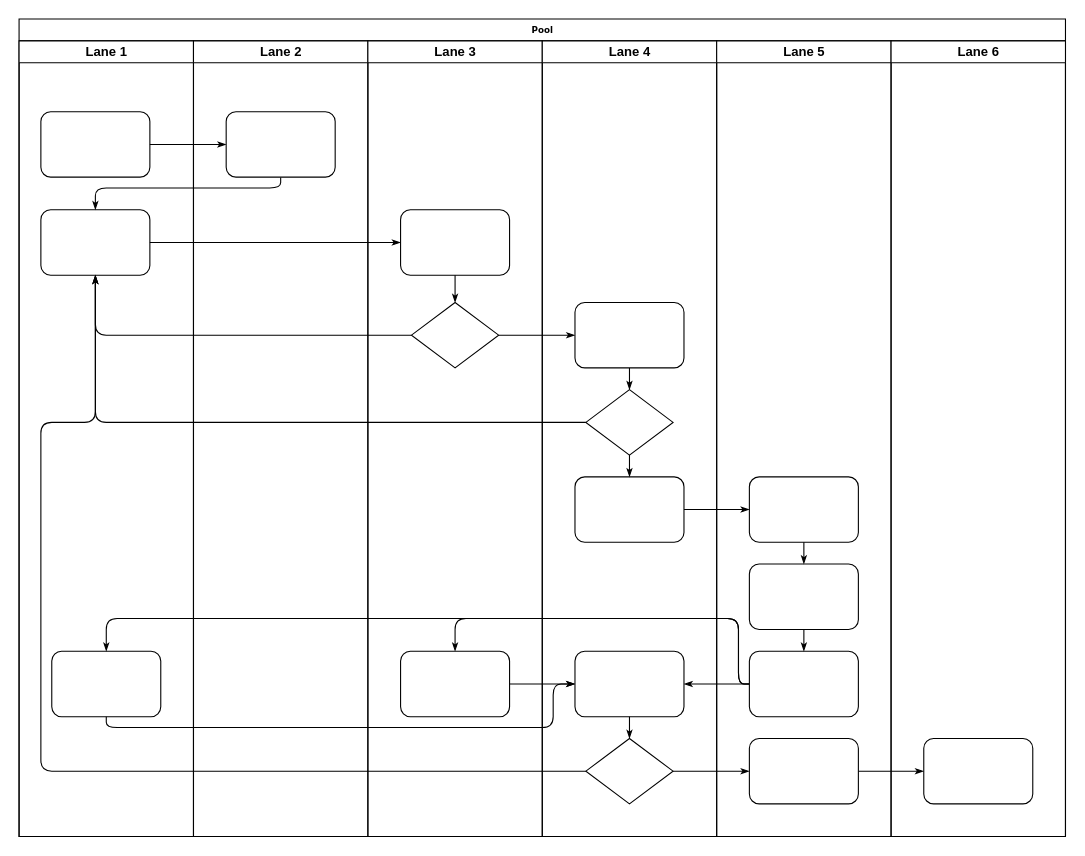
The draw.io diagram save_file.drawio in soda1/draw, before the edit. Source tidied: cells renumbered, new cells numbered last; positions are measured from the earlier drawing's top-left corner, leaving out a move shared by most shapes. Both pictures are drawn from the tidied source at 109%, with x=0, y=0 at pixel (19, 19).
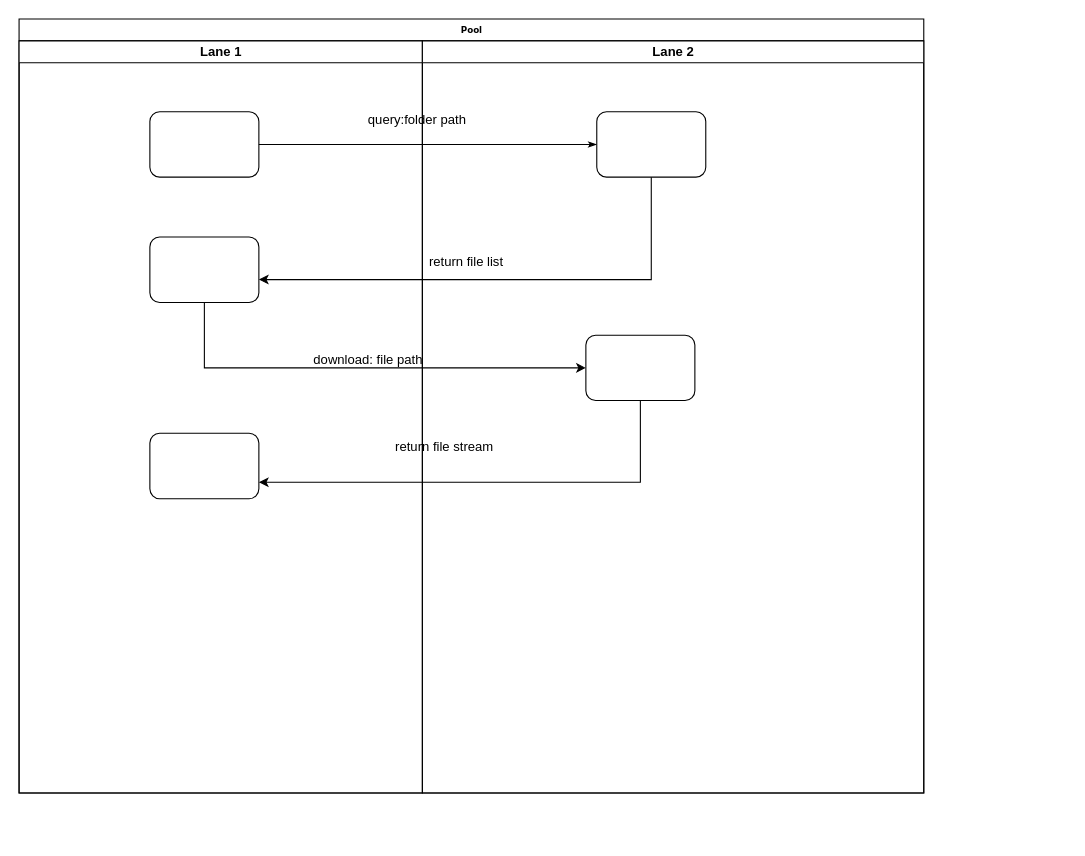
The same diagram, later.

Change to the diagram source:
```diff
@@
     <mxCell id="2" value="Pool" style="swimlane;html=1;startSize=20;rounded=0;shadow=0;labelBackgroundColor=none;strokeWidth=1;fontFamily=Verdana;fontSize=8;align=center;" parent="1" vertex="1">
-      <mxGeometry width="960" height="750" as="geometry" />
+      <mxGeometry width="830" height="710" as="geometry" />
     </mxCell>
     <mxCell id="3" value="Lane 1" style="swimlane;html=1;startSize=20;" parent="2" vertex="1">
-      <mxGeometry y="20" width="160" height="730" as="geometry" />
+      <mxGeometry y="20" width="370" height="690" as="geometry" />
     </mxCell>
     <mxCell id="4" style="rounded=1;whiteSpace=wrap;html=1;shadow=0;labelBackgroundColor=none;strokeWidth=1;fontFamily=Verdana;fontSize=8;align=center;" parent="3" vertex="1">
-      <mxGeometry x="20" y="65" width="100" height="60" as="geometry" />
+      <mxGeometry x="120" y="65" width="100" height="60" as="geometry" />
     </mxCell>
     <mxCell id="5" style="rounded=1;whiteSpace=wrap;html=1;shadow=0;labelBackgroundColor=none;strokeWidth=1;fontFamily=Verdana;fontSize=8;align=center;" parent="3" vertex="1">
-      <mxGeometry x="20" y="155" width="100" height="60" as="geometry" />
+      <mxGeometry x="120" y="180" width="100" height="60" as="geometry" />
     </mxCell>
-    <mxCell id="6" style="rounded=1;whiteSpace=wrap;html=1;shadow=0;labelBackgroundColor=none;strokeWidth=1;fontFamily=Verdana;fontSize=8;align=center;" parent="3" vertex="1">
-      <mxGeometry x="30" y="560" width="100" height="60" as="geometry" />
-    </mxCell>
+    <mxCell id="47" style="rounded=1;whiteSpace=wrap;html=1;shadow=0;labelBackgroundColor=none;strokeWidth=1;fontFamily=Verdana;fontSize=8;align=center;" parent="3" vertex="1">
+      <mxGeometry x="120" y="360" width="100" height="60" as="geometry" />
+    </mxCell>
@@
-    <mxCell id="8" style="edgeStyle=orthogonalEdgeStyle;rounded=1;html=1;labelBackgroundColor=none;startArrow=none;startFill=0;startSize=5;endArrow=classicThin;endFill=1;endSize=5;jettySize=auto;strokeWidth=1;fontFamily=Verdana;fontSize=8;" parent="2" edge="1" source="23" target="5">
-      <mxGeometry relative="1" as="geometry">
-        <Array as="points">
-          <mxPoint x="240" y="155" />
-          <mxPoint x="70" y="155" />
-        </Array>
-      </mxGeometry>
-    </mxCell>
-    <mxCell id="9" style="edgeStyle=orthogonalEdgeStyle;rounded=1;html=1;labelBackgroundColor=none;startArrow=none;startFill=0;startSize=5;endArrow=classicThin;endFill=1;endSize=5;jettySize=auto;strokeWidth=1;fontFamily=Verdana;fontSize=8;" parent="2" edge="1" source="5" target="25">
-      <mxGeometry relative="1" as="geometry" />
-    </mxCell>
-    <mxCell id="10" style="edgeStyle=orthogonalEdgeStyle;rounded=1;html=1;labelBackgroundColor=none;startArrow=none;startFill=0;startSize=5;endArrow=classicThin;endFill=1;endSize=5;jettySize=auto;strokeWidth=1;fontFamily=Verdana;fontSize=8;" parent="2" edge="1" source="26" target="5">
-      <mxGeometry relative="1" as="geometry" />
-    </mxCell>
-    <mxCell id="11" style="edgeStyle=orthogonalEdgeStyle;rounded=1;html=1;labelBackgroundColor=none;startArrow=none;startFill=0;startSize=5;endArrow=classicThin;endFill=1;endSize=5;jettySize=auto;strokeWidth=1;fontFamily=Verdana;fontSize=8;" parent="2" edge="1" source="31" target="5">
-      <mxGeometry relative="1" as="geometry" />
-    </mxCell>
-    <mxCell id="12" style="edgeStyle=orthogonalEdgeStyle;rounded=1;html=1;labelBackgroundColor=none;startArrow=none;startFill=0;startSize=5;endArrow=classicThin;endFill=1;endSize=5;jettySize=auto;strokeWidth=1;fontFamily=Verdana;fontSize=8;" parent="2" edge="1" source="34" target="5">
-      <mxGeometry relative="1" as="geometry">
-        <Array as="points">
-          <mxPoint x="20" y="690" />
-          <mxPoint x="20" y="370" />
-          <mxPoint x="70" y="370" />
-        </Array>
-      </mxGeometry>
-    </mxCell>
-    <mxCell id="13" style="edgeStyle=orthogonalEdgeStyle;rounded=1;html=1;labelBackgroundColor=none;startArrow=none;startFill=0;startSize=5;endArrow=classicThin;endFill=1;endSize=5;jettySize=auto;strokeWidth=1;fontFamily=Verdana;fontSize=8;" parent="2" edge="1" source="26" target="30">
-      <mxGeometry relative="1" as="geometry" />
-    </mxCell>
-    <mxCell id="14" style="edgeStyle=orthogonalEdgeStyle;rounded=1;html=1;labelBackgroundColor=none;startArrow=none;startFill=0;startSize=5;endArrow=classicThin;endFill=1;endSize=5;jettySize=auto;strokeWidth=1;fontFamily=Verdana;fontSize=8;" parent="2" edge="1" source="34" target="42">
-      <mxGeometry relative="1" as="geometry" />
-    </mxCell>
-    <mxCell id="15" style="edgeStyle=orthogonalEdgeStyle;rounded=1;html=1;labelBackgroundColor=none;startArrow=none;startFill=0;startSize=5;endArrow=classicThin;endFill=1;endSize=5;jettySize=auto;strokeWidth=1;fontFamily=Verdana;fontSize=8;" parent="2" edge="1" source="42" target="46">
-      <mxGeometry relative="1" as="geometry" />
-    </mxCell>
-    <mxCell id="16" style="edgeStyle=orthogonalEdgeStyle;rounded=1;html=1;labelBackgroundColor=none;startArrow=none;startFill=0;startSize=5;endArrow=classicThin;endFill=1;endSize=5;jettySize=auto;strokeWidth=1;fontFamily=Verdana;fontSize=8;" parent="2" edge="1" source="32" target="39">
-      <mxGeometry relative="1" as="geometry" />
-    </mxCell>
-    <mxCell id="17" style="edgeStyle=orthogonalEdgeStyle;rounded=1;html=1;labelBackgroundColor=none;startArrow=none;startFill=0;startSize=5;endArrow=classicThin;endFill=1;endSize=5;jettySize=auto;strokeWidth=1;fontFamily=Verdana;fontSize=8;" parent="2" edge="1" source="41" target="27">
-      <mxGeometry relative="1" as="geometry">
-        <Array as="points">
-          <mxPoint x="660" y="610" />
-          <mxPoint x="660" y="550" />
-          <mxPoint x="400" y="550" />
-        </Array>
-      </mxGeometry>
-    </mxCell>
-    <mxCell id="18" style="edgeStyle=orthogonalEdgeStyle;rounded=1;html=1;labelBackgroundColor=none;startArrow=none;startFill=0;startSize=5;endArrow=classicThin;endFill=1;endSize=5;jettySize=auto;strokeColor=#000000;strokeWidth=1;fontFamily=Verdana;fontSize=8;fontColor=#000000;" parent="2" edge="1" source="41" target="33">
-      <mxGeometry relative="1" as="geometry" />
-    </mxCell>
-    <mxCell id="19" style="edgeStyle=orthogonalEdgeStyle;rounded=1;html=1;labelBackgroundColor=none;startArrow=none;startFill=0;startSize=5;endArrow=classicThin;endFill=1;endSize=5;jettySize=auto;strokeWidth=1;fontFamily=Verdana;fontSize=8;" parent="2" edge="1" source="41" target="6">
-      <mxGeometry relative="1" as="geometry">
-        <Array as="points">
-          <mxPoint x="660" y="610" />
-          <mxPoint x="660" y="550" />
-          <mxPoint x="80" y="550" />
-        </Array>
-      </mxGeometry>
-    </mxCell>
-    <mxCell id="20" style="edgeStyle=orthogonalEdgeStyle;rounded=1;html=1;labelBackgroundColor=none;startArrow=none;startFill=0;startSize=5;endArrow=classicThin;endFill=1;endSize=5;jettySize=auto;strokeWidth=1;fontFamily=Verdana;fontSize=8;" parent="2" edge="1" source="6" target="33">
-      <mxGeometry relative="1" as="geometry">
-        <Array as="points">
-          <mxPoint x="80" y="650" />
-          <mxPoint x="490" y="650" />
-          <mxPoint x="490" y="610" />
-        </Array>
-      </mxGeometry>
-    </mxCell>
-    <mxCell id="21" style="edgeStyle=orthogonalEdgeStyle;rounded=1;html=1;labelBackgroundColor=none;startArrow=none;startFill=0;startSize=5;endArrow=classicThin;endFill=1;endSize=5;jettySize=auto;strokeWidth=1;fontFamily=Verdana;fontSize=8;" parent="2" edge="1" source="27" target="33">
-      <mxGeometry relative="1" as="geometry" />
-    </mxCell>
     <mxCell id="22" value="Lane 2" style="swimlane;html=1;startSize=20;" parent="2" vertex="1">
-      <mxGeometry x="160" y="20" width="160" height="730" as="geometry" />
+      <mxGeometry x="370" y="20" width="460" height="690" as="geometry" />
     </mxCell>
     <mxCell id="23" style="rounded=1;whiteSpace=wrap;html=1;shadow=0;labelBackgroundColor=none;strokeWidth=1;fontFamily=Verdana;fontSize=8;align=center;" parent="22" vertex="1">
-      <mxGeometry x="30" y="65" width="100" height="60" as="geometry" />
+      <mxGeometry x="160" y="65" width="100" height="60" as="geometry" />
     </mxCell>
-    <mxCell id="24" value="Lane 3" style="swimlane;html=1;startSize=20;" parent="2" vertex="1">
-      <mxGeometry x="320" y="20" width="160" height="730" as="geometry" />
-    </mxCell>
-    <mxCell id="25" style="rounded=1;whiteSpace=wrap;html=1;shadow=0;labelBackgroundColor=none;strokeWidth=1;fontFamily=Verdana;fontSize=8;align=center;" parent="24" vertex="1">
-      <mxGeometry x="30" y="155" width="100" height="60" as="geometry" />
-    </mxCell>
-    <mxCell id="26" style="rhombus;whiteSpace=wrap;html=1;rounded=0;shadow=0;labelBackgroundColor=none;strokeWidth=1;fontFamily=Verdana;fontSize=8;align=center;" parent="24" vertex="1">
-      <mxGeometry x="40" y="240" width="80" height="60" as="geometry" />
-    </mxCell>
-    <mxCell id="27" style="rounded=1;whiteSpace=wrap;html=1;shadow=0;labelBackgroundColor=none;strokeWidth=1;fontFamily=Verdana;fontSize=8;align=center;" parent="24" vertex="1">
-      <mxGeometry x="30" y="560" width="100" height="60" as="geometry" />
-    </mxCell>
-    <mxCell id="28" style="edgeStyle=orthogonalEdgeStyle;rounded=1;html=1;labelBackgroundColor=none;startArrow=none;startFill=0;startSize=5;endArrow=classicThin;endFill=1;endSize=5;jettySize=auto;strokeWidth=1;fontFamily=Verdana;fontSize=8;" parent="24" edge="1" source="25" target="26">
-      <mxGeometry relative="1" as="geometry" />
-    </mxCell>
-    <mxCell id="29" value="Lane 4" style="swimlane;html=1;startSize=20;" parent="2" vertex="1">
-      <mxGeometry x="480" y="20" width="160" height="730" as="geometry" />
-    </mxCell>
-    <mxCell id="30" style="rounded=1;whiteSpace=wrap;html=1;shadow=0;labelBackgroundColor=none;strokeWidth=1;fontFamily=Verdana;fontSize=8;align=center;" parent="29" vertex="1">
-      <mxGeometry x="30" y="240" width="100" height="60" as="geometry" />
-    </mxCell>
-    <mxCell id="31" style="rhombus;whiteSpace=wrap;html=1;rounded=0;shadow=0;labelBackgroundColor=none;strokeWidth=1;fontFamily=Verdana;fontSize=8;align=center;" parent="29" vertex="1">
-      <mxGeometry x="40" y="320" width="80" height="60" as="geometry" />
-    </mxCell>
-    <mxCell id="32" style="rounded=1;whiteSpace=wrap;html=1;shadow=0;labelBackgroundColor=none;strokeWidth=1;fontFamily=Verdana;fontSize=8;align=center;" parent="29" vertex="1">
-      <mxGeometry x="30" y="400" width="100" height="60" as="geometry" />
-    </mxCell>
-    <mxCell id="33" style="rounded=1;whiteSpace=wrap;html=1;shadow=0;labelBackgroundColor=none;strokeWidth=1;fontFamily=Verdana;fontSize=8;align=center;" parent="29" vertex="1">
-      <mxGeometry x="30" y="560" width="100" height="60" as="geometry" />
-    </mxCell>
-    <mxCell id="34" style="rhombus;whiteSpace=wrap;html=1;rounded=0;shadow=0;labelBackgroundColor=none;strokeWidth=1;fontFamily=Verdana;fontSize=8;align=center;" parent="29" vertex="1">
-      <mxGeometry x="40" y="640" width="80" height="60" as="geometry" />
-    </mxCell>
-    <mxCell id="35" style="edgeStyle=orthogonalEdgeStyle;rounded=1;html=1;labelBackgroundColor=none;startArrow=none;startFill=0;startSize=5;endArrow=classicThin;endFill=1;endSize=5;jettySize=auto;strokeColor=#000000;strokeWidth=1;fontFamily=Verdana;fontSize=8;fontColor=#000000;" parent="29" edge="1" source="30" target="31">
-      <mxGeometry relative="1" as="geometry" />
-    </mxCell>
-    <mxCell id="36" style="edgeStyle=orthogonalEdgeStyle;rounded=1;html=1;labelBackgroundColor=none;startArrow=none;startFill=0;startSize=5;endArrow=classicThin;endFill=1;endSize=5;jettySize=auto;strokeWidth=1;fontFamily=Verdana;fontSize=8;" parent="29" edge="1" source="31" target="32">
-      <mxGeometry relative="1" as="geometry" />
-    </mxCell>
-    <mxCell id="37" style="edgeStyle=orthogonalEdgeStyle;rounded=1;html=1;labelBackgroundColor=none;startArrow=none;startFill=0;startSize=5;endArrow=classicThin;endFill=1;endSize=5;jettySize=auto;strokeWidth=1;fontFamily=Verdana;fontSize=8;" parent="29" edge="1" source="33" target="34">
-      <mxGeometry relative="1" as="geometry" />
-    </mxCell>
-    <mxCell id="38" value="Lane 5" style="swimlane;html=1;startSize=20;" parent="2" vertex="1">
-      <mxGeometry x="640" y="20" width="160" height="730" as="geometry" />
-    </mxCell>
-    <mxCell id="39" style="rounded=1;whiteSpace=wrap;html=1;shadow=0;labelBackgroundColor=none;strokeWidth=1;fontFamily=Verdana;fontSize=8;align=center;" parent="38" vertex="1">
-      <mxGeometry x="30" y="400" width="100" height="60" as="geometry" />
-    </mxCell>
-    <mxCell id="40" style="rounded=1;whiteSpace=wrap;html=1;shadow=0;labelBackgroundColor=none;strokeWidth=1;fontFamily=Verdana;fontSize=8;align=center;" parent="38" vertex="1">
-      <mxGeometry x="30" y="480" width="100" height="60" as="geometry" />
-    </mxCell>
-    <mxCell id="41" style="rounded=1;whiteSpace=wrap;html=1;shadow=0;labelBackgroundColor=none;strokeWidth=1;fontFamily=Verdana;fontSize=8;align=center;" parent="38" vertex="1">
-      <mxGeometry x="30" y="560" width="100" height="60" as="geometry" />
-    </mxCell>
-    <mxCell id="42" style="rounded=1;whiteSpace=wrap;html=1;shadow=0;labelBackgroundColor=none;strokeWidth=1;fontFamily=Verdana;fontSize=8;align=center;" parent="38" vertex="1">
-      <mxGeometry x="30" y="640" width="100" height="60" as="geometry" />
-    </mxCell>
-    <mxCell id="43" style="edgeStyle=orthogonalEdgeStyle;rounded=1;html=1;labelBackgroundColor=none;startArrow=none;startFill=0;startSize=5;endArrow=classicThin;endFill=1;endSize=5;jettySize=auto;strokeWidth=1;fontFamily=Verdana;fontSize=8;" parent="38" edge="1" source="39" target="40">
-      <mxGeometry relative="1" as="geometry" />
-    </mxCell>
-    <mxCell id="44" style="edgeStyle=orthogonalEdgeStyle;rounded=1;html=1;labelBackgroundColor=none;startArrow=none;startFill=0;startSize=5;endArrow=classicThin;endFill=1;endSize=5;jettySize=auto;strokeWidth=1;fontFamily=Verdana;fontSize=8;" parent="38" edge="1" source="40" target="41">
-      <mxGeometry relative="1" as="geometry" />
-    </mxCell>
-    <mxCell id="45" value="Lane 6" style="swimlane;html=1;startSize=20;" parent="2" vertex="1">
-      <mxGeometry x="800" y="20" width="160" height="730" as="geometry" />
-    </mxCell>
-    <mxCell id="46" style="rounded=1;whiteSpace=wrap;html=1;shadow=0;labelBackgroundColor=none;strokeWidth=1;fontFamily=Verdana;fontSize=8;align=center;" parent="45" vertex="1">
-      <mxGeometry x="30" y="640" width="100" height="60" as="geometry" />
-    </mxCell>
+    <mxCell id="48" value="query:folder path" style="text;html=1;align=center;verticalAlign=middle;strokeColor=none;fillColor=none;" parent="22" vertex="1">
+      <mxGeometry x="-60" y="58" width="110" height="30" as="geometry" />
+    </mxCell>
+    <mxCell id="49" style="rounded=1;whiteSpace=wrap;html=1;shadow=0;labelBackgroundColor=none;strokeWidth=1;fontFamily=Verdana;fontSize=8;align=center;" parent="22" vertex="1">
+      <mxGeometry x="150" y="270" width="100" height="60" as="geometry" />
+    </mxCell>
+    <mxCell id="8" style="edgeStyle=orthogonalEdgeStyle;rounded=0;jettySize=auto;html=1;entryX=1;entryY=0.65;entryDx=0;entryDy=0;entryPerimeter=0;" parent="2" edge="1" source="23" target="5">
+      <mxGeometry relative="1" as="geometry">
+        <Array as="points">
+          <mxPoint x="580" y="239" />
+        </Array>
+      </mxGeometry>
+    </mxCell>
+    <mxCell id="50" style="edgeStyle=orthogonalEdgeStyle;rounded=0;jettySize=auto;html=1;entryX=0;entryY=0.5;entryDx=0;entryDy=0;" parent="2" edge="1" source="5" target="49">
+      <mxGeometry relative="1" as="geometry">
+        <Array as="points">
+          <mxPoint x="170" y="320" />
+        </Array>
+      </mxGeometry>
+    </mxCell>
+    <mxCell id="51" style="edgeStyle=orthogonalEdgeStyle;rounded=0;jettySize=auto;html=1;entryX=1;entryY=0.75;entryDx=0;entryDy=0;" parent="2" edge="1" source="49" target="47">
+      <mxGeometry relative="1" as="geometry">
+        <Array as="points">
+          <mxPoint x="570" y="425" />
+        </Array>
+      </mxGeometry>
+    </mxCell>
+    <mxCell id="52" value="return file list" style="text;html=1;align=center;verticalAlign=middle;strokeColor=none;fillColor=none;" parent="1" vertex="1">
+      <mxGeometry x="365" y="208" width="90" height="30" as="geometry" />
+    </mxCell>
+    <mxCell id="53" value="download: file path" style="text;html=1;align=center;verticalAlign=middle;strokeColor=none;fillColor=none;" parent="1" vertex="1">
+      <mxGeometry x="260" y="298" width="120" height="30" as="geometry" />
+    </mxCell>
+    <mxCell id="54" value="return file stream" style="text;html=1;align=center;verticalAlign=middle;strokeColor=none;fillColor=none;" parent="1" vertex="1">
+      <mxGeometry x="335" y="378" width="110" height="30" as="geometry" />
+    </mxCell>
```
